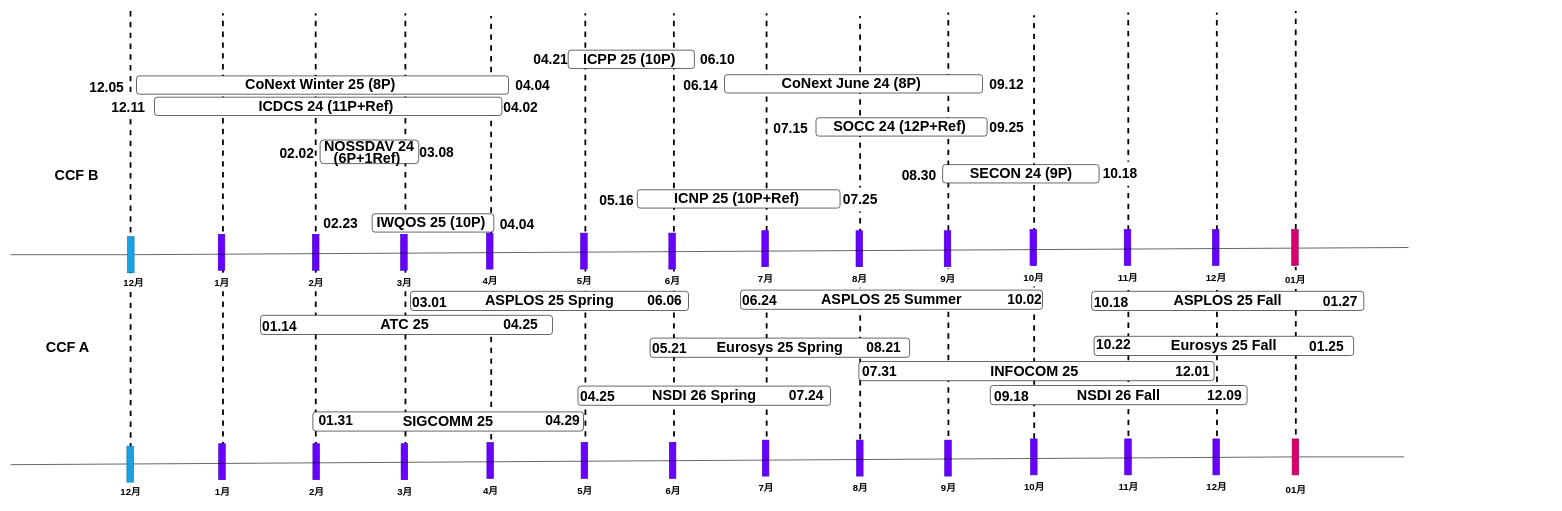
Before: images/submission_scheduler/scheduler.drawio in desword/desword.github.io, a draw.io diagram. Source tidied: cells renumbered, new cells numbered last; positions are measured from the earlier drawing's top-left corner, leaving out a move shared by most shapes. Both pictures are drawn from the tidied source at 60%, with x=0, y=0 at pixel (10, 11).
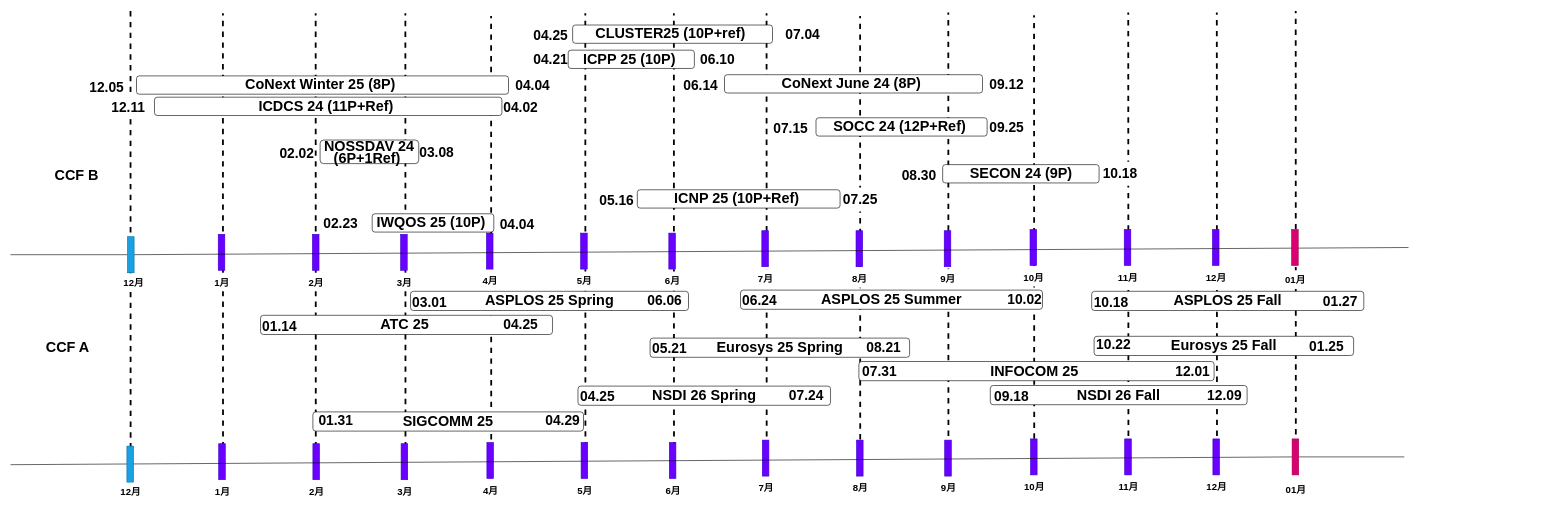
Above is the later version.

The change refers to these unchanged cells:
```xml
<mxCell id="2" style="group;" parent="1" vertex="1">
  <mxGeometry x="200" width="2369" height="765" as="geometry" />
</mxCell>
```

Change to the diagram source:
```diff
@@
+    <mxCell id="154" style="group;" parent="2" vertex="1">
+      <mxGeometry x="750" y="19.4" width="460" height="41.9" as="geometry" />
+    </mxCell>
+    <mxCell id="155" value="CLUSTER25 (10P+ref)&amp;nbsp;" style="rounded=1;whiteSpace=wrap;html=1;fontStyle=1;fontSize=24;" parent="154" vertex="1">
+      <mxGeometry x="-13.1" y="3.8" width="333.1" height="30.5" as="geometry" />
+    </mxCell>
+    <mxCell id="156" value="07.04" style="text;html=1;align=center;verticalAlign=middle;strokeColor=none;fillColor=none;fontSize=23;fontStyle=1;" parent="154" vertex="1">
+      <mxGeometry x="330" width="80" height="40" as="geometry" />
+    </mxCell>
+    <mxCell id="157" value="04.25" style="text;html=1;align=center;verticalAlign=middle;strokeColor=none;fillColor=none;fontSize=23;fontStyle=1;" parent="2" vertex="1">
+      <mxGeometry x="660" y="20.4" width="80" height="40" as="geometry" />
+    </mxCell>
```
